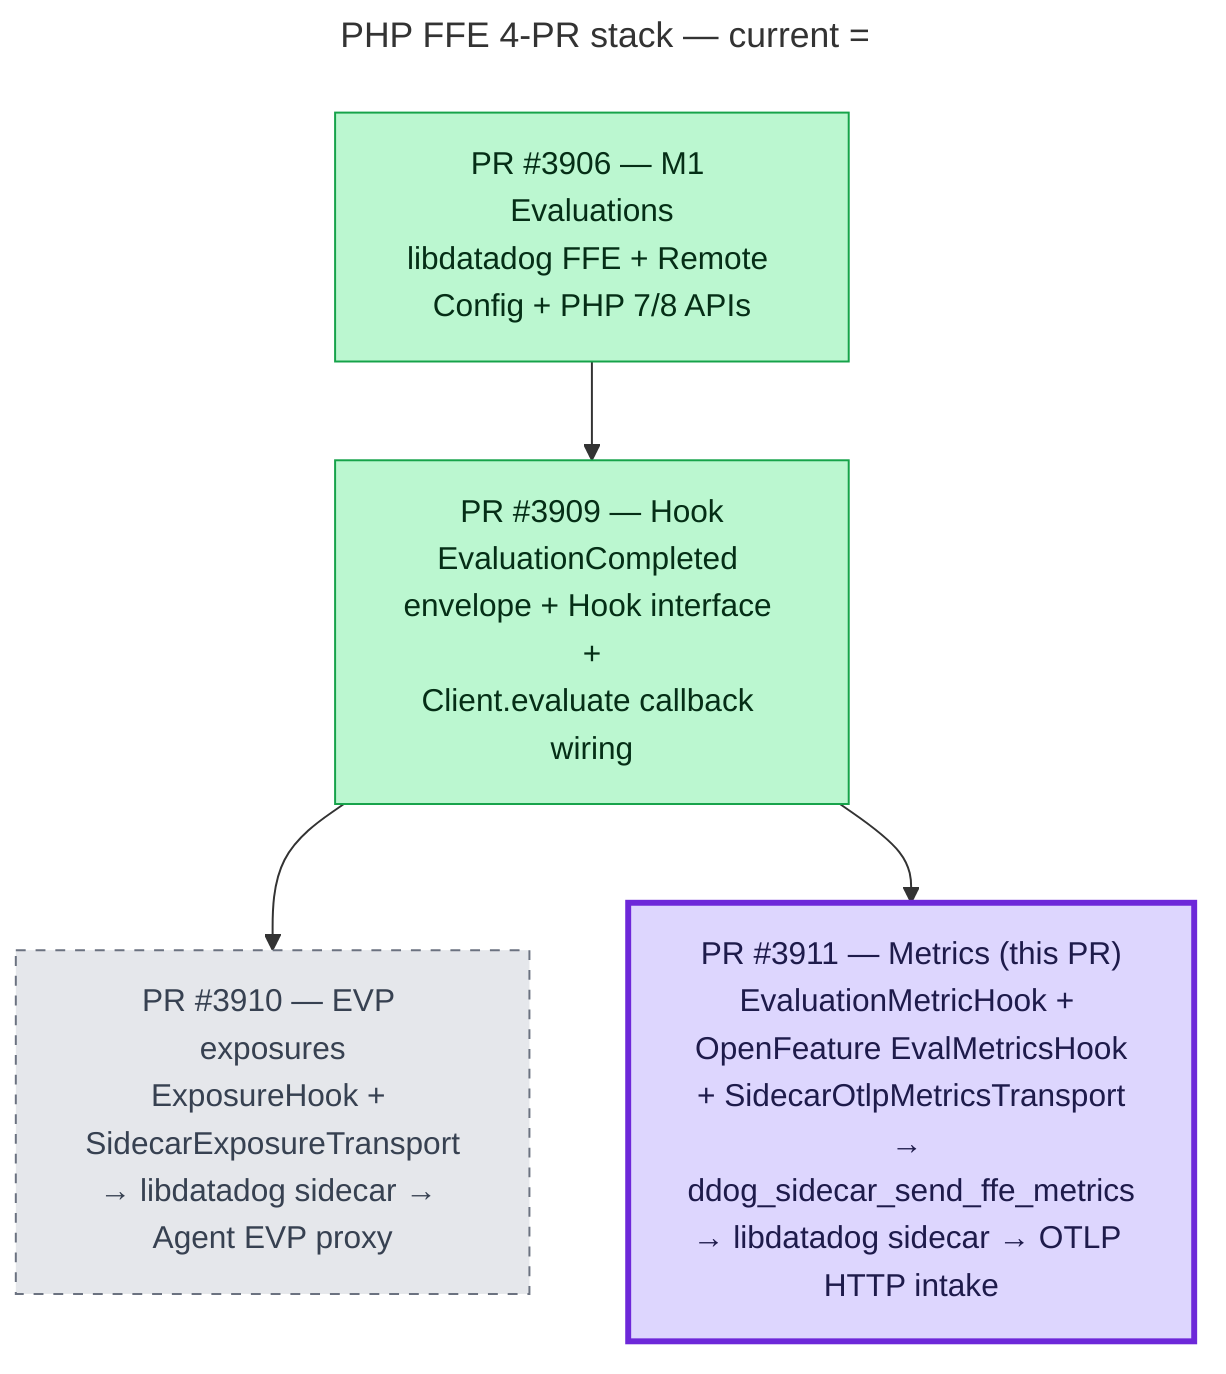
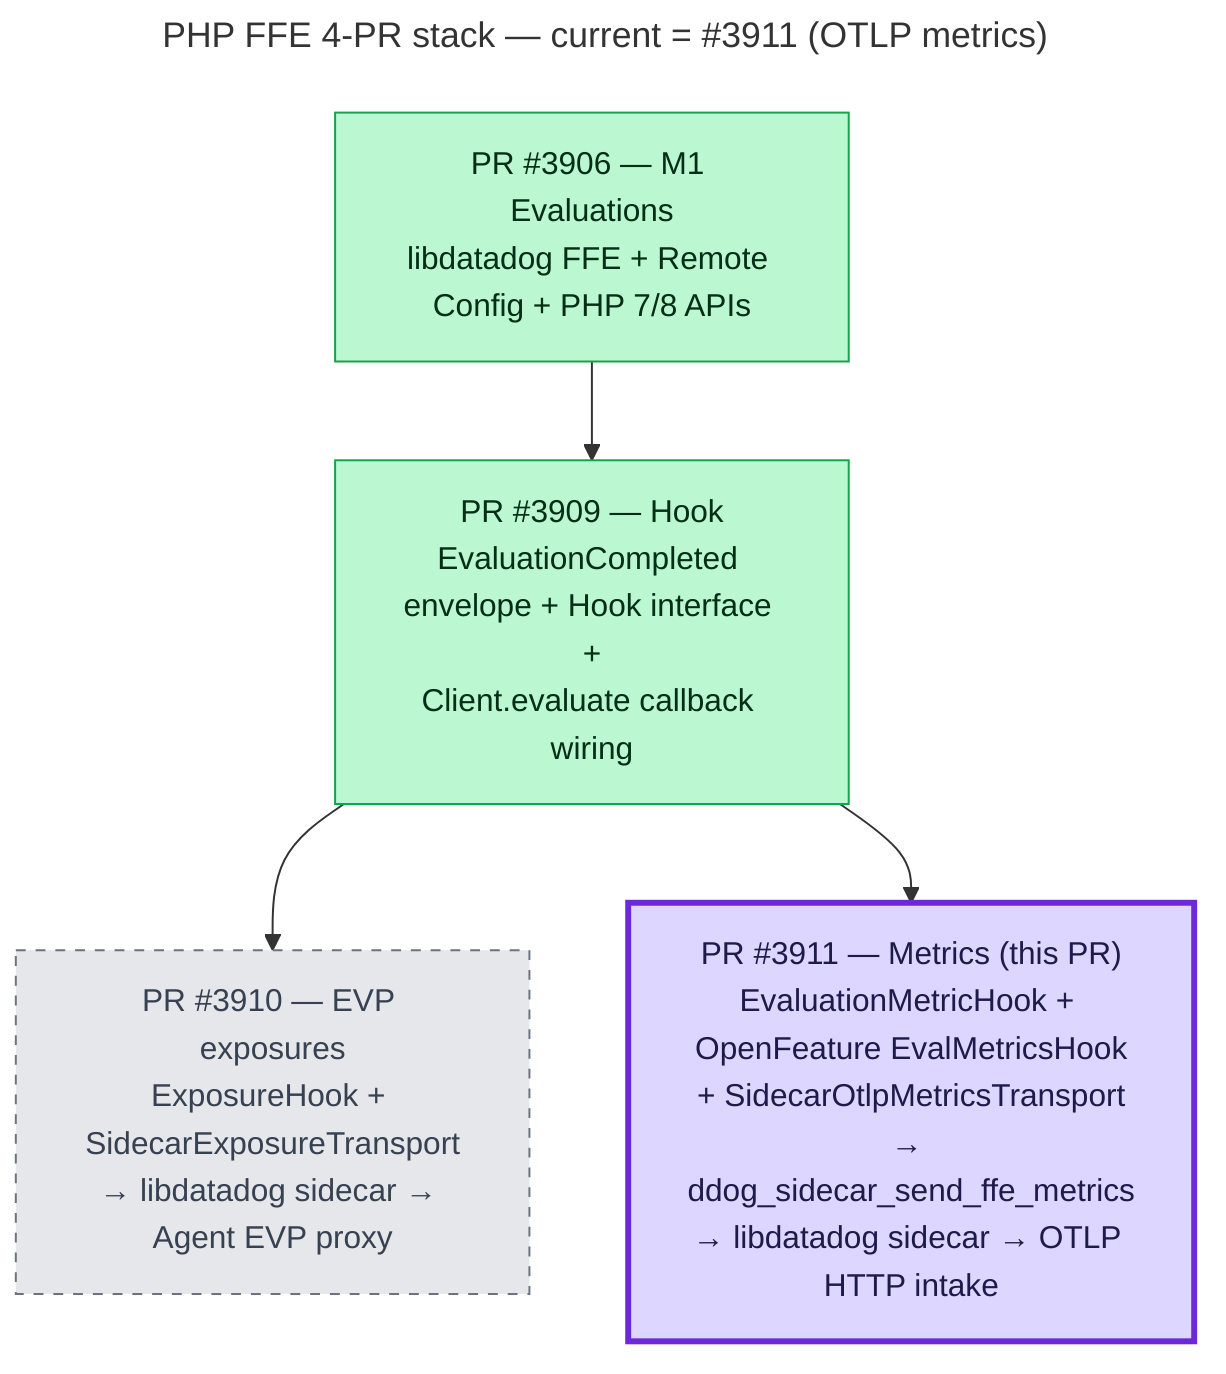
---
- title: PHP FFE 4-PR stack — current = #3911 (OTLP metrics)
+ title: "PHP FFE 4-PR stack — current = #3911 (OTLP metrics)"
---
flowchart TD
    pr3906["PR #3906 — M1 Evaluations<br/>libdatadog FFE + Remote Config + PHP 7/8 APIs"]:::done
    pr3909["PR #3909 — Hook<br/>EvaluationCompleted envelope + Hook interface +<br/>Client.evaluate callback wiring"]:::done
    pr3910["PR #3910 — EVP exposures<br/>ExposureHook + SidecarExposureTransport<br/>→ libdatadog sidecar → Agent EVP proxy"]:::future
    pr3911["PR #3911 — Metrics (this PR)<br/>EvaluationMetricHook + OpenFeature EvalMetricsHook<br/>+ SidecarOtlpMetricsTransport<br/>→ ddog_sidecar_send_ffe_metrics<br/>→ libdatadog sidecar → OTLP HTTP intake"]:::current

    pr3906 --> pr3909
    pr3909 --> pr3910
    pr3909 --> pr3911

    classDef done fill:#bbf7d0,stroke:#16a34a,color:#052e16
    classDef current fill:#ddd6fe,stroke:#6d28d9,color:#1e1b4b,stroke-width:3px
    classDef future fill:#e5e7eb,stroke:#6b7280,color:#374151,stroke-dasharray: 5 5
